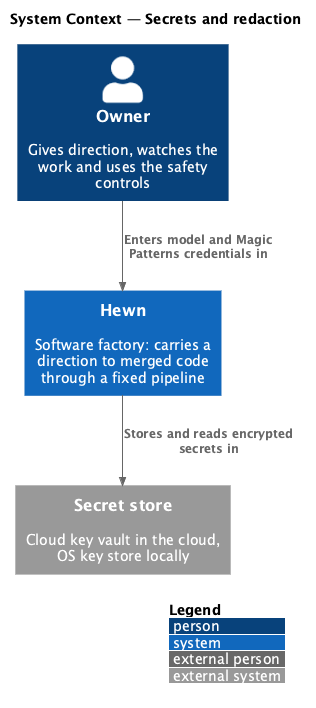
Earlier version of the PlantUML export docs/detailed-designs/security/secrets-and-redaction/diagrams/c4-context.png (QuinntyneBrown/hewn). Source of this version:
```plantuml
@startuml
!include <C4/C4_Context>
LAYOUT_WITH_LEGEND()
title System Context — Secrets and redaction

Person(owner, "Owner", "Gives direction, watches the work and uses the safety controls")
System(hewn, "Hewn", "Software factory: carries a direction to merged code through a fixed pipeline")
System_Ext(vault, "Secret store", "Cloud key vault in the cloud, OS key store locally")

Rel(owner, hewn, "Enters model and Magic Patterns credentials in")
Rel(hewn, vault, "Stores and reads encrypted secrets in")
@enduml
```
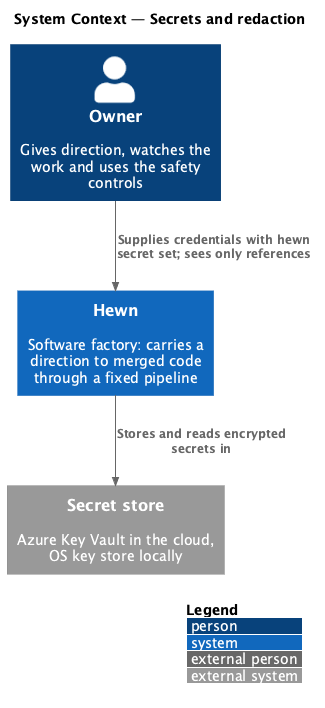
Later version of the same file.

Change to the diagram source:
```diff
@@ -5,8 +5,8 @@
 
 Person(owner, "Owner", "Gives direction, watches the work and uses the safety controls")
 System(hewn, "Hewn", "Software factory: carries a direction to merged code through a fixed pipeline")
-System_Ext(vault, "Secret store", "Cloud key vault in the cloud, OS key store locally")
+System_Ext(vault, "Secret store", "Azure Key Vault in the cloud, OS key store locally")
 
-Rel(owner, hewn, "Enters model and Magic Patterns credentials in")
+Rel(owner, hewn, "Supplies credentials with hewn secret set; sees only references")
 Rel(hewn, vault, "Stores and reads encrypted secrets in")
 @enduml
```
